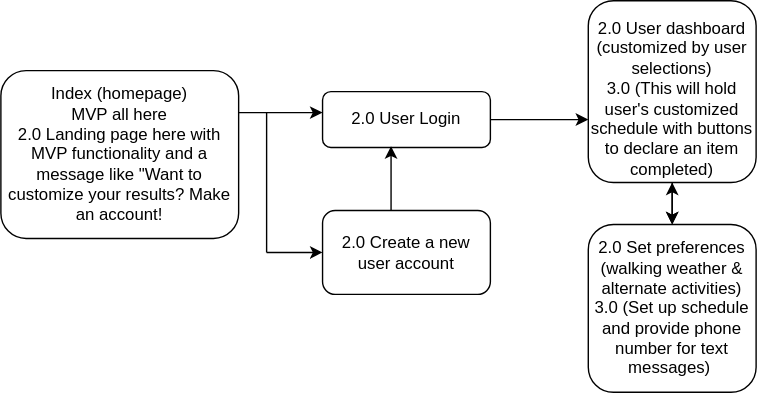
Earlier version of the draw.io export User Flow Diagram.drawio.svg (CovenantHuman/user-flow-diagram). Source tidied: cells renumbered, new cells last; positions are measured from the earlier drawing's top-left corner, leaving out a move shared by most shapes.
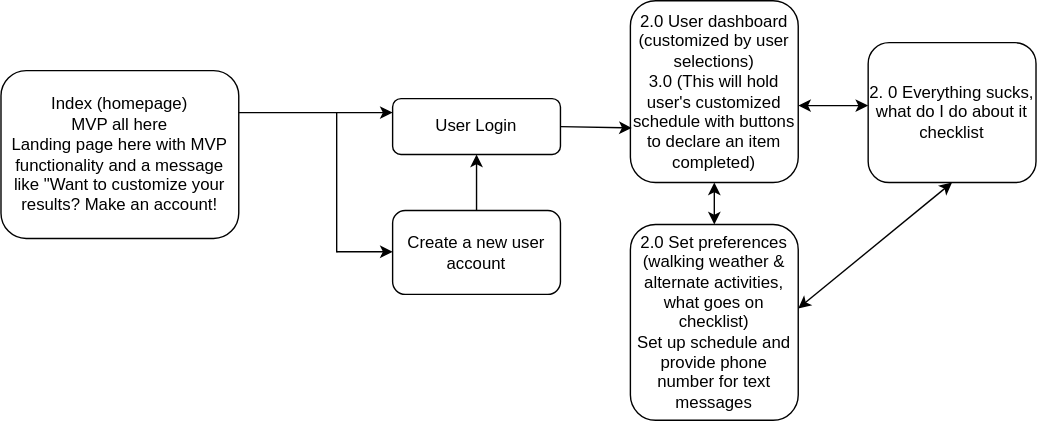
The same diagram one commit later.

What changed in the source:
```diff
@@ -2,61 +2,68 @@
   <root>
     <mxCell id="0" />
     <mxCell id="1" parent="0" />
-    <mxCell id="2" value="Index (homepage)&lt;br&gt;MVP all here&lt;br&gt;2.0 Landing page here with MVP functionality and a message like &quot;Want to customize your results? Make an account!" style="rounded=1;whiteSpace=wrap;html=1;fontSize=12;glass=0;strokeWidth=1;shadow=0;" parent="1" vertex="1">
-      <mxGeometry y="50" width="170" height="120" as="geometry" />
+    <mxCell id="2" value="Index (homepage)&lt;br&gt;MVP all here&lt;br&gt;Landing page here with MVP functionality and a message like &quot;Want to customize your results? Make an account!" style="rounded=1;whiteSpace=wrap;html=1;fontSize=12;glass=0;strokeWidth=1;shadow=0;" parent="1" vertex="1">
+      <mxGeometry x="-90" y="50" width="170" height="120" as="geometry" />
     </mxCell>
-    <mxCell id="3" value="2.0 User Login" style="rounded=1;whiteSpace=wrap;html=1;fontSize=12;glass=0;strokeWidth=1;shadow=0;" parent="1" vertex="1">
-      <mxGeometry x="230" y="65" width="120" height="40" as="geometry" />
+    <mxCell id="3" value="User Login" style="rounded=1;whiteSpace=wrap;html=1;fontSize=12;glass=0;strokeWidth=1;shadow=0;" parent="1" vertex="1">
+      <mxGeometry x="190" y="70" width="120" height="40" as="geometry" />
     </mxCell>
     <mxCell id="4" style="rounded=1;whiteSpace=wrap;html=1;" parent="1" vertex="1">
-      <mxGeometry x="230" y="150" width="120" height="60" as="geometry" />
+      <mxGeometry x="190" y="150" width="120" height="60" as="geometry" />
     </mxCell>
-    <mxCell id="5" value="2.0 Create a new user account" style="text;html=1;strokeColor=none;fillColor=none;align=center;verticalAlign=middle;whiteSpace=wrap;rounded=0;" parent="1" vertex="1">
-      <mxGeometry x="230" y="150" width="120" height="60" as="geometry" />
+    <mxCell id="5" value="Create a new user account" style="text;html=1;strokeColor=none;fillColor=none;align=center;verticalAlign=middle;whiteSpace=wrap;rounded=0;" parent="1" vertex="1">
+      <mxGeometry x="190" y="150" width="120" height="60" as="geometry" />
     </mxCell>
     <mxCell id="6" style="endArrow=classic;html=1;rounded=0;" parent="1" edge="1">
       <mxGeometry relative="1" as="geometry">
-        <mxPoint x="190" y="180" as="sourcePoint" />
-        <mxPoint x="230" y="180" as="targetPoint" />
+        <mxPoint x="150" y="179.5" as="sourcePoint" />
+        <mxPoint x="190" y="179.5" as="targetPoint" />
       </mxGeometry>
     </mxCell>
     <mxCell id="7" style="endArrow=none;html=1;rounded=0;" parent="1" edge="1">
       <mxGeometry relative="1" as="geometry">
-        <mxPoint x="190" y="180" as="sourcePoint" />
-        <mxPoint x="190" y="80" as="targetPoint" />
+        <mxPoint x="150" y="180" as="sourcePoint" />
+        <mxPoint x="150" y="80" as="targetPoint" />
       </mxGeometry>
     </mxCell>
     <mxCell id="8" style="endArrow=classic;html=1;rounded=0;exitX=1;exitY=0.25;exitDx=0;exitDy=0;" parent="1" edge="1" source="2">
       <mxGeometry relative="1" as="geometry">
-        <mxPoint x="230" y="80" as="targetPoint" />
+        <mxPoint x="190" y="80" as="targetPoint" />
       </mxGeometry>
     </mxCell>
-    <mxCell id="9" style="endArrow=classic;html=1;rounded=0;entryX=0.408;entryY=0.975;entryDx=0;entryDy=0;entryPerimeter=0;" parent="1" edge="1" target="3">
-      <mxGeometry relative="1" as="geometry">
-        <mxPoint x="279" y="150" as="sourcePoint" />
-      </mxGeometry>
+    <mxCell id="9" style="endArrow=classic;html=1;rounded=0;entryX=0.5;entryY=1;entryDx=0;entryDy=0;exitX=0.5;exitY=0;exitDx=0;exitDy=0;" parent="1" edge="1" source="5" target="3">
+      <mxGeometry relative="1" as="geometry" />
     </mxCell>
     <mxCell id="10" style="rounded=1;whiteSpace=wrap;html=1;" parent="1" vertex="1">
-      <mxGeometry x="420" width="120" height="130" as="geometry" />
+      <mxGeometry x="360" width="120" height="130" as="geometry" />
     </mxCell>
+    <mxCell id="13" value="2.0 Set preferences (walking weather &amp;amp; alternate activities, what goes on checklist)&lt;br&gt;Set up schedule and provide phone number for text messages" style="rounded=1;whiteSpace=wrap;html=1;" parent="1" vertex="1">
+      <mxGeometry x="360" y="160" width="120" height="140" as="geometry" />
+    </mxCell>
+    <mxCell id="15" style="endArrow=classic;startArrow=classic;html=1;rounded=0;entryX=0.5;entryY=1;entryDx=0;entryDy=0;exitX=0.5;exitY=0;exitDx=0;exitDy=0;" parent="1" edge="1" source="13" target="10">
+      <mxGeometry relative="1" as="geometry" />
+    </mxCell>
     <mxCell id="11" value="2.0 User dashboard&lt;br&gt;(customized by user selections)&lt;br&gt;3.0 (This will hold user's customized schedule with buttons to declare an item completed)" style="text;html=1;strokeColor=none;fillColor=none;align=center;verticalAlign=middle;whiteSpace=wrap;rounded=0;" parent="1" vertex="1">
-      <mxGeometry x="420" y="50" width="120" height="40" as="geometry" />
+      <mxGeometry x="360" y="45" width="120" height="40" as="geometry" />
     </mxCell>
-    <mxCell id="12" style="endArrow=classic;html=1;rounded=0;exitX=1;exitY=0.5;exitDx=0;exitDy=0;" parent="1" edge="1" source="3">
-      <mxGeometry relative="1" as="geometry">
-        <mxPoint x="420" y="85" as="targetPoint" />
-      </mxGeometry>
-    </mxCell>
-    <mxCell id="13" value="2.0 Set preferences (walking weather &amp;amp; alternate activities)&lt;br&gt;3.0 (Set up schedule and provide phone number for text messages)&amp;nbsp;" style="rounded=1;whiteSpace=wrap;html=1;" parent="1" vertex="1">
-      <mxGeometry x="420" y="160" width="120" height="120" as="geometry" />
-    </mxCell>
-    <mxCell id="14" style="endArrow=classic;html=1;rounded=0;entryX=0.5;entryY=0;entryDx=0;entryDy=0;" parent="1" edge="1" target="13">
-      <mxGeometry relative="1" as="geometry">
-        <mxPoint x="480" y="130" as="sourcePoint" />
-      </mxGeometry>
-    </mxCell>
-    <mxCell id="15" style="endArrow=classic;startArrow=classic;html=1;rounded=0;entryX=0.5;entryY=1;entryDx=0;entryDy=0;exitX=0.5;exitY=0;exitDx=0;exitDy=0;" parent="1" edge="1" source="13" target="10">
-      <mxGeometry relative="1" as="geometry" />
-    </mxCell>
+    <mxCell id="16" style="endArrow=classic;html=1;rounded=0;exitX=1;exitY=0.5;exitDx=0;exitDy=0;entryX=0.008;entryY=0.7;entryDx=0;entryDy=0;entryPerimeter=0;" parent="1" edge="1" source="3" target="10">
+      <mxGeometry relative="1" as="geometry" />
+    </mxCell>
+    <mxCell id="17" style="endArrow=classic;startArrow=classic;html=1;rounded=0;entryX=1;entryY=0.75;entryDx=0;entryDy=0;" parent="1" edge="1" target="11">
+      <mxGeometry relative="1" as="geometry">
+        <mxPoint x="530" y="75" as="sourcePoint" />
+      </mxGeometry>
+    </mxCell>
+    <mxCell id="18" style="rounded=1;whiteSpace=wrap;html=1;" parent="1" vertex="1">
+      <mxGeometry x="530" y="30" width="120" height="100" as="geometry" />
+    </mxCell>
+    <mxCell id="19" value="2. 0 Everything sucks, what do I do about it checklist" style="text;html=1;strokeColor=none;fillColor=none;align=center;verticalAlign=middle;whiteSpace=wrap;rounded=0;" parent="1" vertex="1">
+      <mxGeometry x="530" y="30" width="120" height="100" as="geometry" />
+    </mxCell>
+    <mxCell id="20" style="endArrow=classic;startArrow=classic;html=1;rounded=0;entryX=0.5;entryY=1;entryDx=0;entryDy=0;" parent="1" edge="1" target="19">
+      <mxGeometry relative="1" as="geometry">
+        <mxPoint x="480" y="220" as="sourcePoint" />
+      </mxGeometry>
+    </mxCell>
   </root>
 </mxGraphModel>
```
